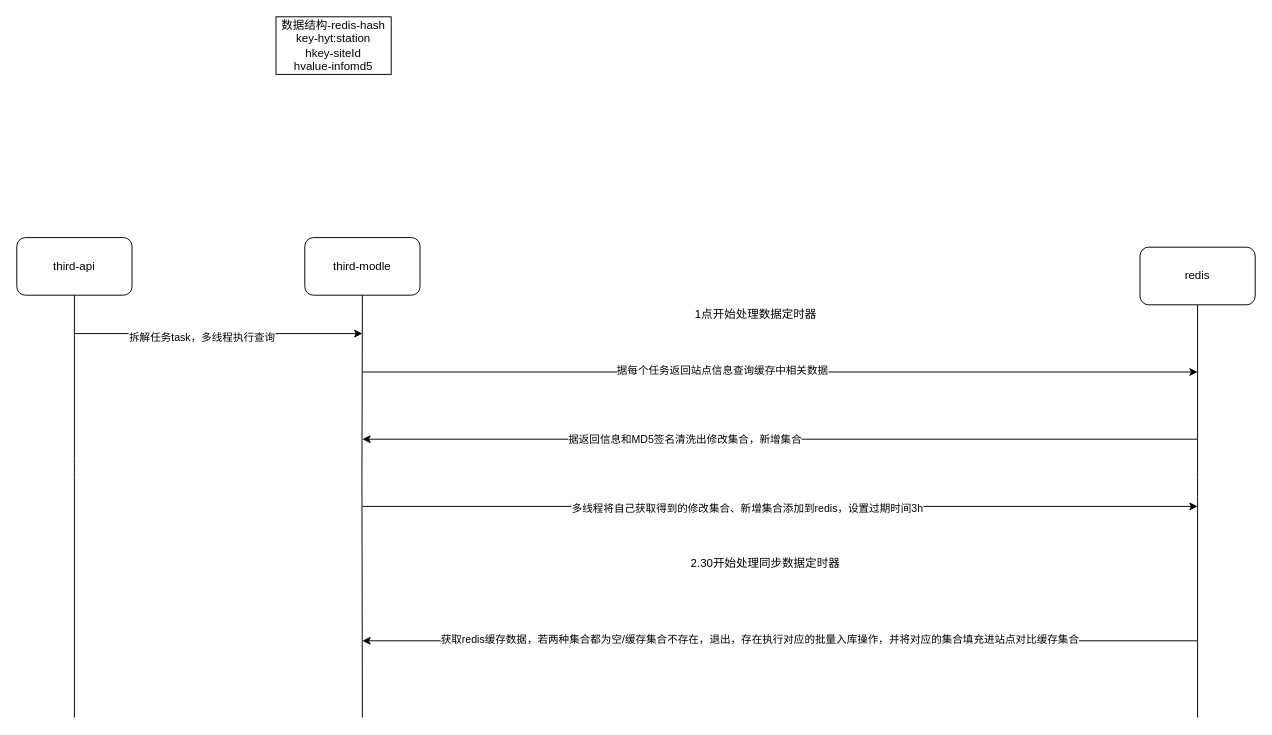
Earlier version of the draw.io diagram img/惠运通定时器.drawio (aluohe/aluohe_img). Source tidied: cells renumbered, new cells numbered last; positions are measured from the earlier drawing's top-left corner, leaving out a move shared by most shapes. Both pictures are drawn from the tidied source at 96%, with x=0, y=0 at pixel (16, 16).
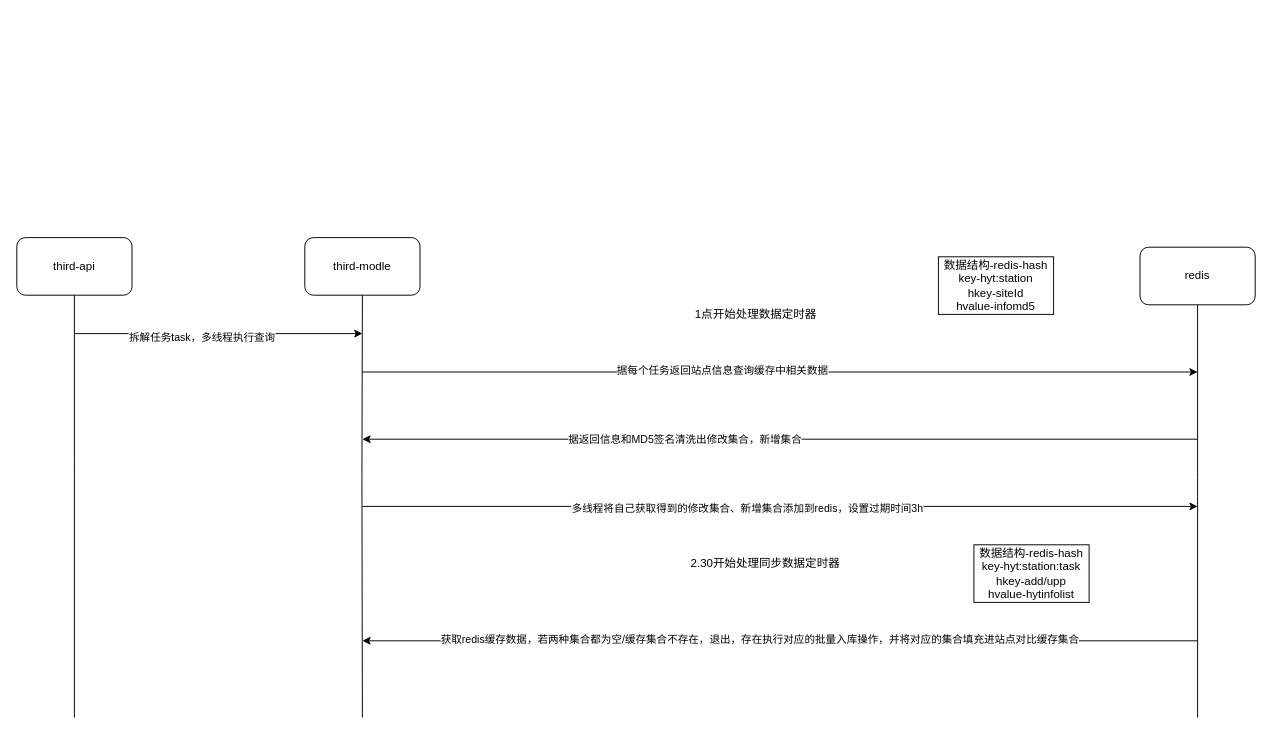
The same diagram, later.

Commit message (it also covers changes not shown here):
更新惠运通定时器.drawio

Change to the diagram source:
```diff
@@
     <mxCell id="2" value="数据结构-redis-hash&lt;br&gt;key-hyt:station&lt;br&gt;hkey-siteId&lt;br&gt;hvalue-infomd5" style="rounded=0;whiteSpace=wrap;html=1;" parent="1" vertex="1">
-      <mxGeometry x="270" width="120" height="60" as="geometry" />
+      <mxGeometry x="960" y="250" width="120" height="60" as="geometry" />
     </mxCell>
@@
+    <mxCell id="21" value="数据结构-redis-hash&lt;br&gt;key-hyt:station:task&lt;br&gt;hkey-add/upp&lt;br&gt;hvalue-hytinfolist" style="rounded=0;whiteSpace=wrap;html=1;" parent="1" vertex="1">
+      <mxGeometry x="997" y="550" width="120" height="60" as="geometry" />
+    </mxCell>
```
